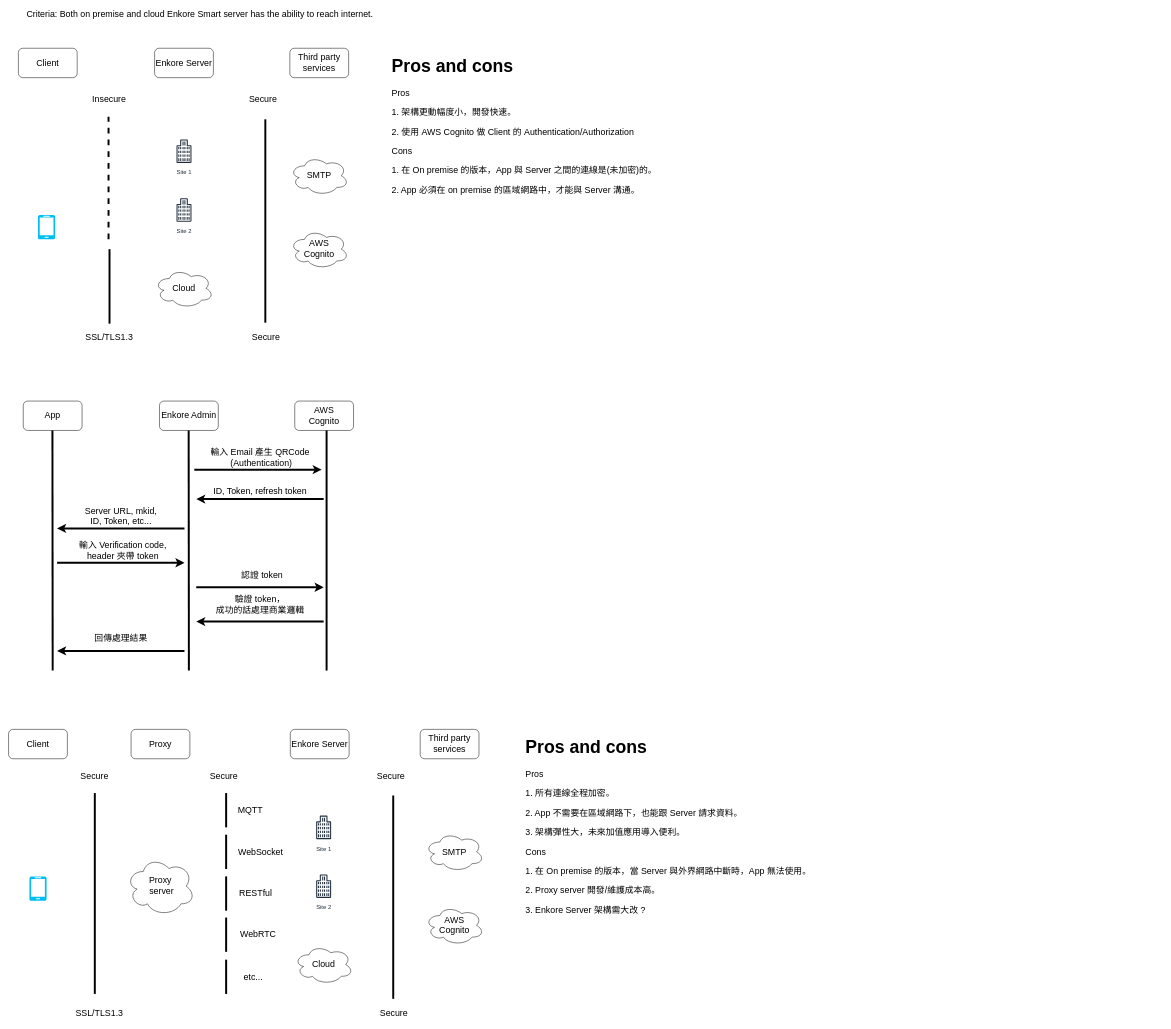
Above: Enkore Smart.drawio in kevin3747118/ALZK (draw.io), before the change. Source tidied: cells renumbered, new cells numbered last; positions are measured from the earlier drawing's top-left corner, leaving out a move shared by most shapes. Both pictures are drawn from the tidied source at 49%, with x=0, y=0 at pixel (8, 9).
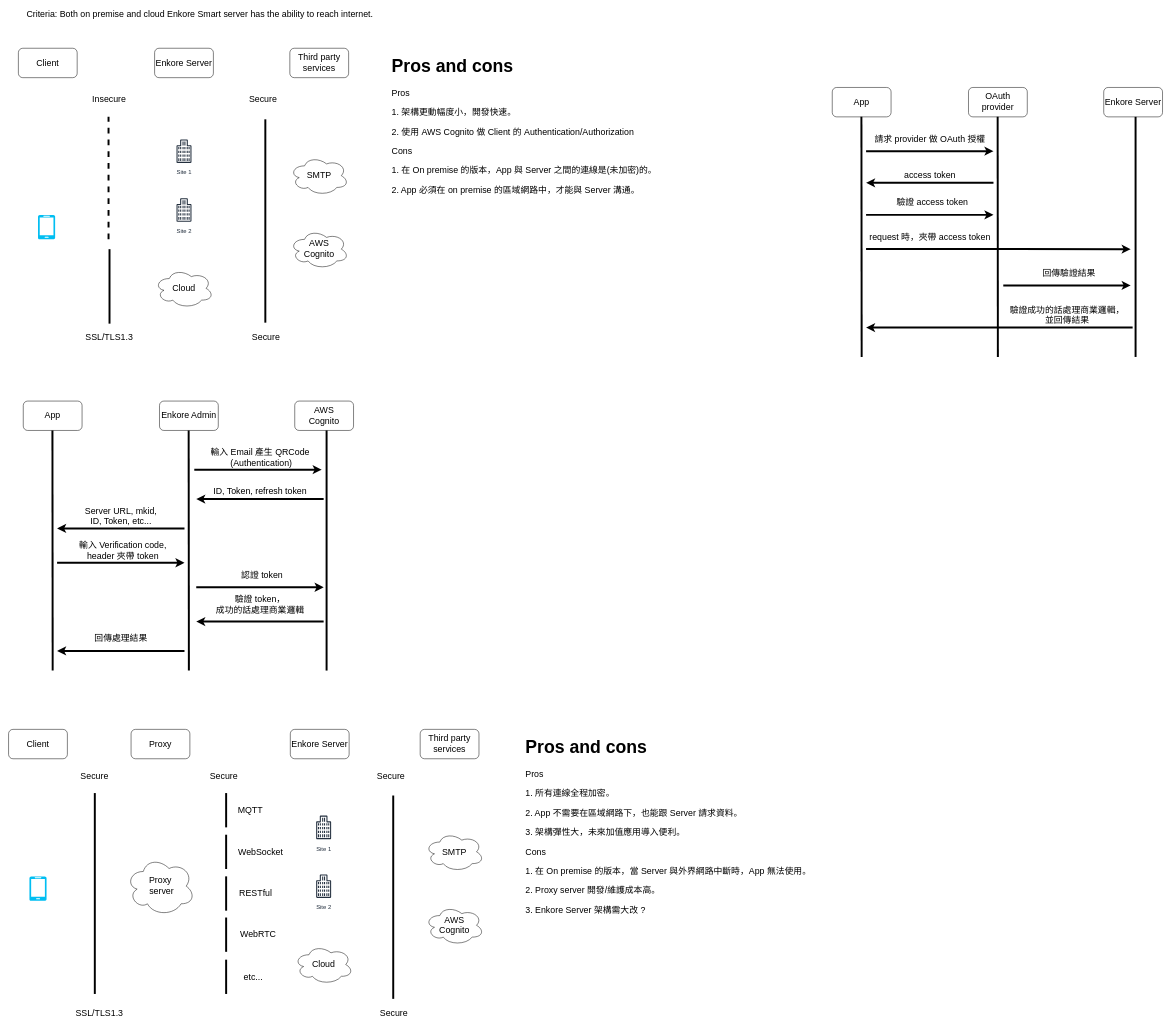
After the change.

The edit, as a diff of the source:
```diff
@@
+    <mxCell id="69" value="App" style="rounded=1;whiteSpace=wrap;html=1;fontSize=18;" parent="1" vertex="1">
+      <mxGeometry x="1681" y="160" width="120" height="60" as="geometry" />
+    </mxCell>
+    <mxCell id="70" value="OAuth provider" style="rounded=1;whiteSpace=wrap;html=1;fontSize=18;" parent="1" vertex="1">
+      <mxGeometry x="1959" y="160" width="120" height="60" as="geometry" />
+    </mxCell>
+    <mxCell id="71" value="Enkore Server" style="rounded=1;whiteSpace=wrap;html=1;fontSize=18;" parent="1" vertex="1">
+      <mxGeometry x="2235" y="160" width="120" height="60" as="geometry" />
+    </mxCell>
+    <mxCell id="72" style="endArrow=none;html=1;rounded=0;fontSize=18;strokeWidth=4;" parent="1" edge="1">
+      <mxGeometry relative="1" as="geometry">
+        <mxPoint x="2300" y="710" as="sourcePoint" />
+        <mxPoint x="2300" y="220" as="targetPoint" />
+      </mxGeometry>
+    </mxCell>
+    <mxCell id="73" style="endArrow=none;html=1;rounded=0;fontSize=18;strokeWidth=4;" parent="1" edge="1">
+      <mxGeometry relative="1" as="geometry">
+        <mxPoint x="2019" y="710" as="sourcePoint" />
+        <mxPoint x="2018.5" y="220" as="targetPoint" />
+      </mxGeometry>
+    </mxCell>
+    <mxCell id="74" style="endArrow=none;html=1;rounded=0;fontSize=18;strokeWidth=4;" parent="1" edge="1">
+      <mxGeometry relative="1" as="geometry">
+        <mxPoint x="1741" y="710" as="sourcePoint" />
+        <mxPoint x="1740.5" y="220" as="targetPoint" />
+      </mxGeometry>
+    </mxCell>
+    <mxCell id="75" style="endArrow=classic;html=1;rounded=0;fontSize=18;strokeWidth=4;" parent="1" edge="1">
+      <mxGeometry relative="1" as="geometry">
+        <mxPoint x="1750" y="290" as="sourcePoint" />
+        <mxPoint x="2010" y="290" as="targetPoint" />
+      </mxGeometry>
+    </mxCell>
+    <mxCell id="76" value="請求 provider 做 OAuth 授權" style="text;html=1;align=center;verticalAlign=middle;strokeColor=none;fillColor=none;fontSize=18;" parent="1" vertex="1">
+      <mxGeometry x="1760" y="250" width="240" height="30" as="geometry" />
+    </mxCell>
+    <mxCell id="77" style="endArrow=classic;html=1;rounded=0;fontSize=18;strokeWidth=4;" parent="1" edge="1">
+      <mxGeometry relative="1" as="geometry">
+        <mxPoint x="2010" y="354.5" as="sourcePoint" />
+        <mxPoint x="1750" y="354.5" as="targetPoint" />
+      </mxGeometry>
+    </mxCell>
+    <mxCell id="78" value="access token" style="text;html=1;align=center;verticalAlign=middle;strokeColor=none;fillColor=none;fontSize=18;" parent="1" vertex="1">
+      <mxGeometry x="1820" y="324.5" width="120" height="30" as="geometry" />
+    </mxCell>
+    <mxCell id="79" value="驗證 access token" style="text;html=1;align=center;verticalAlign=middle;strokeColor=none;fillColor=none;fontSize=18;" parent="1" vertex="1">
+      <mxGeometry x="1805" y="380" width="160" height="30" as="geometry" />
+    </mxCell>
+    <mxCell id="80" style="endArrow=classic;html=1;rounded=0;fontSize=18;strokeWidth=4;" parent="1" edge="1">
+      <mxGeometry relative="1" as="geometry">
+        <mxPoint x="1750" y="489.5" as="sourcePoint" />
+        <mxPoint x="2290" y="490" as="targetPoint" />
+      </mxGeometry>
+    </mxCell>
+    <mxCell id="81" value="request 時，夾帶 access token" style="text;html=1;align=center;verticalAlign=middle;strokeColor=none;fillColor=none;fontSize=18;" parent="1" vertex="1">
+      <mxGeometry x="1750" y="450" width="260" height="30" as="geometry" />
+    </mxCell>
+    <mxCell id="82" style="endArrow=classic;html=1;rounded=0;fontSize=18;strokeWidth=4;" parent="1" edge="1">
+      <mxGeometry relative="1" as="geometry">
+        <mxPoint x="2030" y="564" as="sourcePoint" />
+        <mxPoint x="2290" y="564" as="targetPoint" />
+      </mxGeometry>
+    </mxCell>
+    <mxCell id="83" value="回傳驗證結果" style="text;html=1;align=center;verticalAlign=middle;strokeColor=none;fillColor=none;fontSize=18;" parent="1" vertex="1">
+      <mxGeometry x="2104" y="524" width="120" height="30" as="geometry" />
+    </mxCell>
+    <mxCell id="84" style="endArrow=classic;html=1;rounded=0;fontSize=18;strokeWidth=4;" parent="1" edge="1">
+      <mxGeometry relative="1" as="geometry">
+        <mxPoint x="2294" y="650" as="sourcePoint" />
+        <mxPoint x="1750" y="650" as="targetPoint" />
+      </mxGeometry>
+    </mxCell>
+    <mxCell id="85" value="驗證成功的話處理商業邏輯，&lt;br&gt;並回傳結果" style="text;html=1;align=center;verticalAlign=middle;strokeColor=none;fillColor=none;fontSize=18;" parent="1" vertex="1">
+      <mxGeometry x="2035" y="600" width="250" height="50" as="geometry" />
+    </mxCell>
+    <mxCell id="86" style="endArrow=classic;html=1;rounded=0;fontSize=18;strokeWidth=4;" parent="1" edge="1">
+      <mxGeometry relative="1" as="geometry">
+        <mxPoint x="1750" y="420" as="sourcePoint" />
+        <mxPoint x="2010" y="420" as="targetPoint" />
+      </mxGeometry>
+    </mxCell>
```
